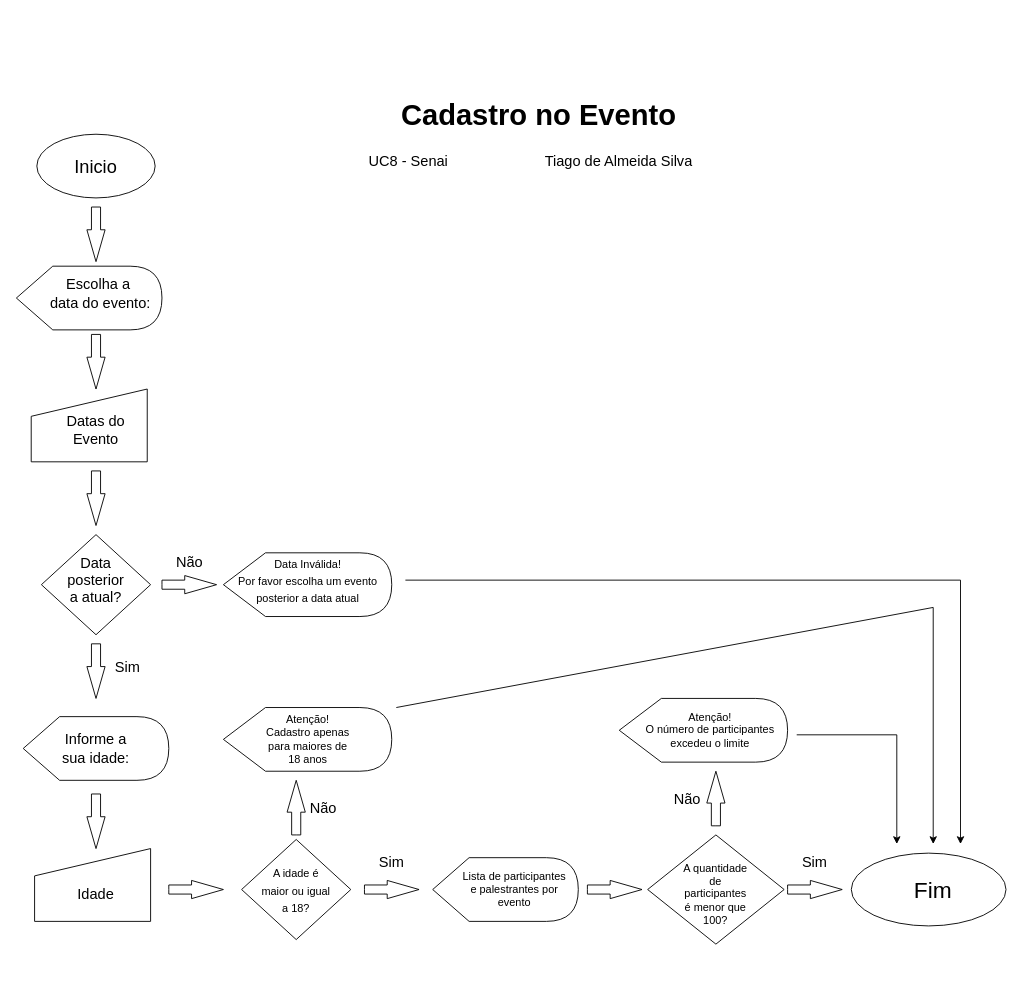
This is Fluxograma.drawio from tiago-deas/UC8, a draw.io file, before an edit. Source tidied: cells renumbered, new cells numbered last; positions are measured from the earlier drawing's top-left corner, leaving out a move shared by most shapes. Both pictures are drawn from the tidied source at 91%, with x=0, y=0 at pixel (15, 25).
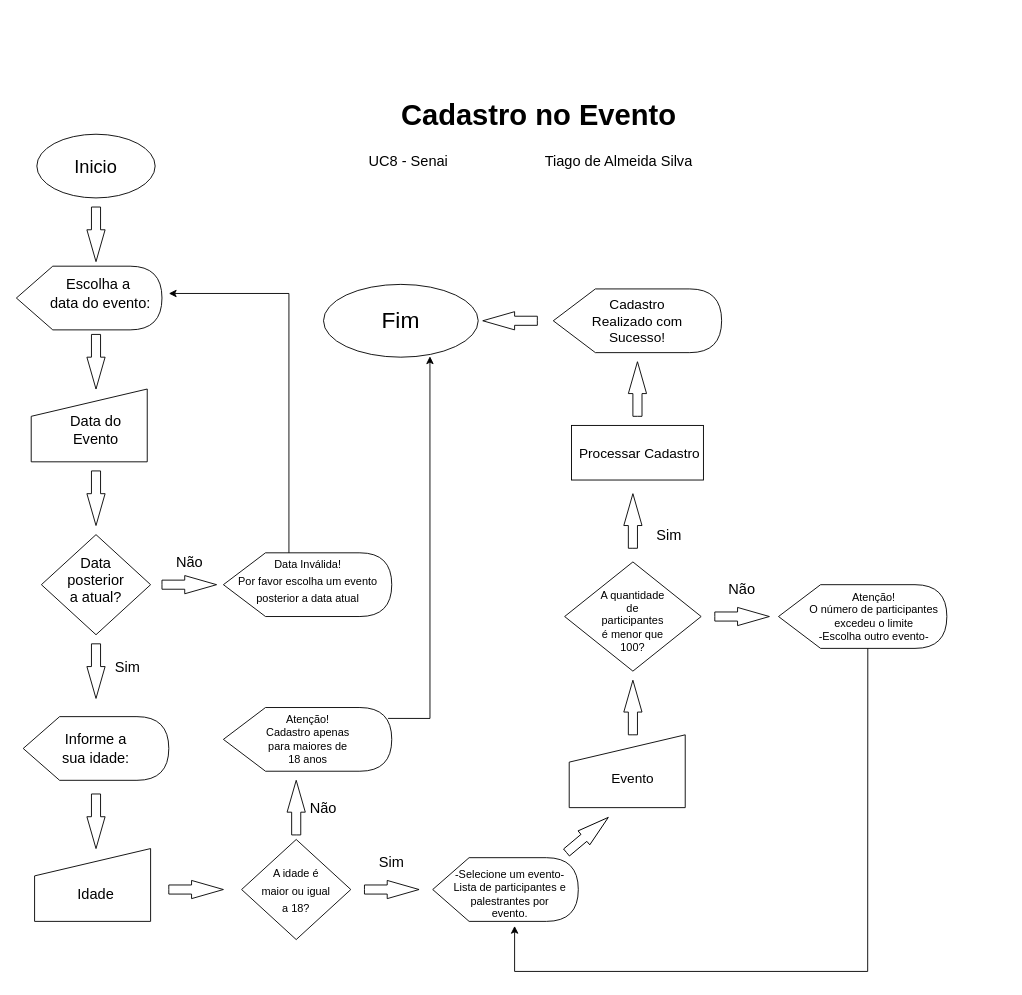
The same diagram, later.

Commit message (it also covers changes not shown here):
fluxograma novo

The change refers to these unchanged cells:
```xml
<mxCell id="31" style="shape=display;whiteSpace=wrap;html=1;fontSize=16;" parent="1" vertex="1">
  <mxGeometry x="228" y="750" width="185" height="70" as="geometry" />
</mxCell>
```

Change to the diagram source:
```diff
@@
-    <mxCell id="13" value="Datas do Evento" style="text;html=1;strokeColor=none;fillColor=none;align=center;verticalAlign=middle;whiteSpace=wrap;rounded=0;fontSize=16;" parent="1" vertex="1">
+    <mxCell id="13" value="Data do Evento" style="text;html=1;strokeColor=none;fillColor=none;align=center;verticalAlign=middle;whiteSpace=wrap;rounded=0;fontSize=16;" parent="1" vertex="1">
       <mxGeometry x="43" y="430" width="90" height="30" as="geometry" />
     </mxCell>
@@
-    <mxCell id="36" value="Lista de participantes e palestrantes por evento" style="text;html=1;strokeColor=none;fillColor=none;align=center;verticalAlign=middle;whiteSpace=wrap;rounded=0;fontSize=12;" parent="1" vertex="1">
-      <mxGeometry x="488" y="935" width="120" height="30" as="geometry" />
+    <mxCell id="36" value="-Selecione um evento-Lista de participantes e palestrantes por evento." style="text;html=1;strokeColor=none;fillColor=none;align=center;verticalAlign=middle;whiteSpace=wrap;rounded=0;fontSize=12;" parent="1" vertex="1">
+      <mxGeometry x="478" y="940" width="130" height="30" as="geometry" />
     </mxCell>
     <mxCell id="37" style="rhombus;whiteSpace=wrap;html=1;fontSize=16;" parent="1" vertex="1">
-      <mxGeometry x="694.2" y="890" width="150" height="120" as="geometry" />
+      <mxGeometry x="603" y="590" width="150" height="120" as="geometry" />
     </mxCell>
     <mxCell id="38" value="A quantidade de participantes é menor que 100?" style="text;html=1;strokeColor=none;fillColor=none;align=center;verticalAlign=middle;whiteSpace=wrap;rounded=0;fontSize=12;" parent="1" vertex="1">
-      <mxGeometry x="729.2" y="940" width="80" height="30" as="geometry" />
+      <mxGeometry x="638" y="640" width="80" height="30" as="geometry" />
     </mxCell>
-    <mxCell id="39" style="html=1;shadow=0;dashed=0;align=center;verticalAlign=middle;shape=mxgraph.arrows2.arrow;dy=0.5;dx=35;direction=east;notch=0;fontSize=16;" parent="1" vertex="1">
-      <mxGeometry x="628" y="940" width="60" height="20" as="geometry" />
+    <mxCell id="39" style="html=1;shadow=0;dashed=0;align=center;verticalAlign=middle;shape=mxgraph.arrows2.arrow;dy=0.5;dx=35;direction=east;notch=0;fontSize=16;rotation=-40;" parent="1" vertex="1">
+      <mxGeometry x="598" y="880" width="60" height="20" as="geometry" />
     </mxCell>
-    <mxCell id="40" style="html=1;shadow=0;dashed=0;align=center;verticalAlign=middle;shape=mxgraph.arrows2.arrow;dy=0.5;dx=35;direction=north;notch=0;fontSize=16;" parent="1" vertex="1">
-      <mxGeometry x="759.2" y="820" width="20" height="60" as="geometry" />
-    </mxCell>
-    <mxCell id="41" style="html=1;shadow=0;dashed=0;align=center;verticalAlign=middle;shape=mxgraph.arrows2.arrow;dy=0.5;dx=35;direction=east;notch=0;fontSize=16;" parent="1" vertex="1">
-      <mxGeometry x="848" y="940" width="60" height="20" as="geometry" />
-    </mxCell>
     <mxCell id="42" value="Não" style="text;html=1;strokeColor=none;fillColor=none;align=center;verticalAlign=middle;whiteSpace=wrap;rounded=0;fontSize=16;" parent="1" vertex="1">
-      <mxGeometry x="708" y="835" width="60" height="30" as="geometry" />
+      <mxGeometry x="768" y="605" width="60" height="30" as="geometry" />
     </mxCell>
     <mxCell id="43" value="Sim" style="text;html=1;strokeColor=none;fillColor=none;align=center;verticalAlign=middle;whiteSpace=wrap;rounded=0;fontSize=16;" parent="1" vertex="1">
-      <mxGeometry x="848" y="905" width="60" height="30" as="geometry" />
+      <mxGeometry x="688" y="545" width="60" height="30" as="geometry" />
     </mxCell>
     <mxCell id="44" style="ellipse;whiteSpace=wrap;html=1;fontSize=12;" parent="1" vertex="1">
-      <mxGeometry x="918" y="910" width="170" height="80" as="geometry" />
+      <mxGeometry x="338" y="285" width="170" height="80" as="geometry" />
     </mxCell>
     <mxCell id="45" style="shape=display;whiteSpace=wrap;html=1;fontSize=16;" parent="1" vertex="1">
-      <mxGeometry x="663" y="740" width="185" height="70" as="geometry" />
+      <mxGeometry x="838" y="615" width="185" height="70" as="geometry" />
     </mxCell>
-    <mxCell id="46" value="Atenção!&lt;br&gt;O número de participantes excedeu o limite" style="text;html=1;strokeColor=none;fillColor=none;align=center;verticalAlign=middle;whiteSpace=wrap;rounded=0;fontSize=12;" parent="1" vertex="1">
-      <mxGeometry x="688" y="760" width="150" height="30" as="geometry" />
+    <mxCell id="46" value="Atenção!&lt;br&gt;O número de participantes excedeu o limite&lt;br&gt;-Escolha outro evento-" style="text;html=1;strokeColor=none;fillColor=none;align=center;verticalAlign=middle;whiteSpace=wrap;rounded=0;fontSize=12;" parent="1" vertex="1">
+      <mxGeometry x="868" y="635" width="150" height="30" as="geometry" />
     </mxCell>
     <mxCell id="47" value="&lt;font style=&quot;font-size: 25px&quot;&gt;Fim&lt;/font&gt;" style="text;html=1;strokeColor=none;fillColor=none;align=center;verticalAlign=middle;whiteSpace=wrap;rounded=0;fontSize=12;" parent="1" vertex="1">
-      <mxGeometry x="978" y="935" width="60" height="30" as="geometry" />
+      <mxGeometry x="393" y="307.5" width="60" height="30" as="geometry" />
     </mxCell>
-    <mxCell id="48" style="endArrow=classic;html=1;rounded=0;fontSize=20;" parent="1" edge="1">
-      <mxGeometry relative="1" as="geometry">
-        <mxPoint x="858" y="780" as="sourcePoint" />
-        <mxPoint x="968" y="900" as="targetPoint" />
-        <Array as="points">
-          <mxPoint x="968" y="780" />
-        </Array>
-      </mxGeometry>
-    </mxCell>
-    <mxCell id="49" style="endArrow=classic;html=1;rounded=0;fontSize=20;" parent="1" edge="1">
-      <mxGeometry relative="1" as="geometry">
-        <mxPoint x="428" y="610" as="sourcePoint" />
-        <mxPoint x="1038" y="900" as="targetPoint" />
-        <Array as="points">
-          <mxPoint x="1038" y="610" />
-        </Array>
-      </mxGeometry>
-    </mxCell>
-    <mxCell id="50" style="endArrow=classic;html=1;rounded=0;fontSize=20;" parent="1" edge="1">
-      <mxGeometry relative="1" as="geometry">
-        <mxPoint x="418" y="750" as="sourcePoint" />
-        <mxPoint x="1008" y="900" as="targetPoint" />
-        <Array as="points">
-          <mxPoint x="1008" y="640" />
-        </Array>
-      </mxGeometry>
-    </mxCell>
+    <mxCell id="51" style="shape=manualInput;whiteSpace=wrap;html=1;fontSize=16;" parent="1" vertex="1">
+      <mxGeometry x="608" y="780" width="127.5" height="80" as="geometry" />
+    </mxCell>
+    <mxCell id="52" value="&lt;font style=&quot;font-size: 15px&quot;&gt;Evento&lt;/font&gt;" style="text;html=1;strokeColor=none;fillColor=none;align=center;verticalAlign=middle;whiteSpace=wrap;rounded=0;fontSize=20;" parent="1" vertex="1">
+      <mxGeometry x="648" y="810" width="60" height="30" as="geometry" />
+    </mxCell>
+    <mxCell id="53" style="html=1;shadow=0;dashed=0;align=center;verticalAlign=middle;shape=mxgraph.arrows2.arrow;dy=0.5;dx=35;direction=north;notch=0;fontSize=16;" parent="1" vertex="1">
+      <mxGeometry x="668" y="720" width="20" height="60" as="geometry" />
+    </mxCell>
+    <mxCell id="54" style="html=1;shadow=0;dashed=0;align=center;verticalAlign=middle;shape=mxgraph.arrows2.arrow;dy=0.5;dx=35;direction=north;notch=0;fontSize=16;" parent="1" vertex="1">
+      <mxGeometry x="668" y="515" width="20" height="60" as="geometry" />
+    </mxCell>
+    <mxCell id="55" style="rounded=0;whiteSpace=wrap;html=1;fontSize=15;" parent="1" vertex="1">
+      <mxGeometry x="610.5" y="440" width="145" height="60" as="geometry" />
+    </mxCell>
+    <mxCell id="56" value="Processar Cadastro" style="text;html=1;strokeColor=none;fillColor=none;align=center;verticalAlign=middle;whiteSpace=wrap;rounded=0;fontSize=15;" parent="1" vertex="1">
+      <mxGeometry x="618" y="455" width="135" height="30" as="geometry" />
+    </mxCell>
+    <mxCell id="57" style="html=1;shadow=0;dashed=0;align=center;verticalAlign=middle;shape=mxgraph.arrows2.arrow;dy=0.5;dx=35;direction=north;notch=0;fontSize=16;" parent="1" vertex="1">
+      <mxGeometry x="673" y="370" width="20" height="60" as="geometry" />
+    </mxCell>
+    <mxCell id="58" style="shape=display;whiteSpace=wrap;html=1;fontSize=16;" parent="1" vertex="1">
+      <mxGeometry x="590.5" y="290" width="185" height="70" as="geometry" />
+    </mxCell>
+    <mxCell id="59" value="Cadastro Realizado com Sucesso!" style="text;html=1;strokeColor=none;fillColor=none;align=center;verticalAlign=middle;whiteSpace=wrap;rounded=0;fontSize=15;" parent="1" vertex="1">
+      <mxGeometry x="618" y="310" width="130" height="30" as="geometry" />
+    </mxCell>
+    <mxCell id="60" style="html=1;shadow=0;dashed=0;align=center;verticalAlign=middle;shape=mxgraph.arrows2.arrow;dy=0.5;dx=35;direction=north;notch=0;fontSize=16;rotation=-90;" parent="1" vertex="1">
+      <mxGeometry x="533" y="295" width="20" height="60" as="geometry" />
+    </mxCell>
+    <mxCell id="61" style="html=1;shadow=0;dashed=0;align=center;verticalAlign=middle;shape=mxgraph.arrows2.arrow;dy=0.5;dx=35;direction=east;notch=0;fontSize=16;" parent="1" vertex="1">
+      <mxGeometry x="768" y="640" width="60" height="20" as="geometry" />
+    </mxCell>
+    <mxCell id="62" style="endArrow=classic;html=1;rounded=0;fontSize=15;exitX=0.978;exitY=0.171;exitDx=0;exitDy=0;exitPerimeter=0;entryX=0.688;entryY=0.988;entryDx=0;entryDy=0;entryPerimeter=0;" parent="1" edge="1" source="31" target="44">
+      <mxGeometry relative="1" as="geometry">
+        <Array as="points">
+          <mxPoint x="455" y="762" />
+        </Array>
+      </mxGeometry>
+    </mxCell>
+    <mxCell id="63" style="endArrow=classic;html=1;rounded=0;fontSize=15;exitX=0;exitY=0;exitDx=98.125;exitDy=70;exitPerimeter=0;" parent="1" edge="1" source="45">
+      <mxGeometry relative="1" as="geometry">
+        <mxPoint x="548" y="990" as="targetPoint" />
+        <Array as="points">
+          <mxPoint x="936" y="1040" />
+          <mxPoint x="548" y="1040" />
+        </Array>
+      </mxGeometry>
+    </mxCell>
+    <mxCell id="64" style="endArrow=classic;html=1;rounded=0;fontSize=15;" parent="1" edge="1">
+      <mxGeometry relative="1" as="geometry">
+        <mxPoint x="300" y="580" as="sourcePoint" />
+        <mxPoint x="168" y="295" as="targetPoint" />
+        <Array as="points">
+          <mxPoint x="300" y="295" />
+        </Array>
+      </mxGeometry>
+    </mxCell>
```
